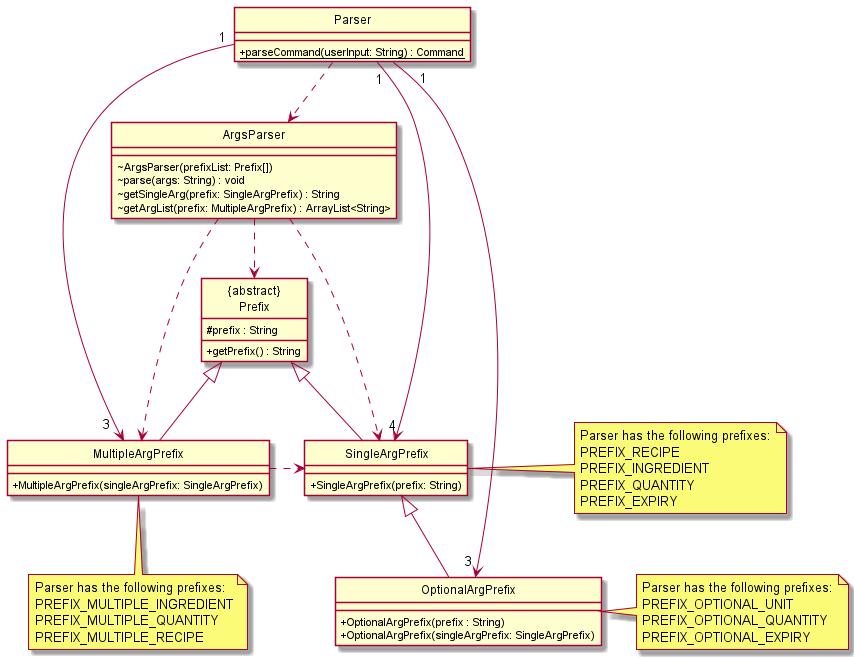
Before: docs/diagrams/ParserClassDiagram.png, a diagram exported from PlantUML (nus-cs2113-AY2122S1/tp). The source it was exported from:
```plantuml
@startuml
!include style.puml

class "{abstract}\nPrefix" as Prefix

class Prefix {
    #prefix : String
    +getPrefix() : String
}
class SingleArgPrefix extends Prefix {
    +SingleArgPrefix(prefix: String)
}
class MultipleArgPrefix extends Prefix {
    +MultipleArgPrefix(singleArgPrefix: SingleArgPrefix)
}
class OptionalArgPrefix extends SingleArgPrefix {
    +OptionalArgPrefix(prefix : String)
    +OptionalArgPrefix(singleArgPrefix: SingleArgPrefix)
}

class ArgsParser {
    ~ArgsParser(prefixList: Prefix[])
    ~parse(args: String) : void
    ~getSingleArg(prefix: SingleArgPrefix) : String
    ~getArgList(prefix: MultipleArgPrefix) : ArrayList<String>
}
class Parser {
    +{static}parseCommand(userInput: String) : Command
}

ArgsParser ..> Prefix
ArgsParser ..> SingleArgPrefix
ArgsParser ..> MultipleArgPrefix
Parser ..> ArgsParser
Parser "1" --> "4" SingleArgPrefix
Parser "1" --> "3  " MultipleArgPrefix
Parser "    1" --> "3 " OptionalArgPrefix
MultipleArgPrefix .> SingleArgPrefix

note bottom of MultipleArgPrefix
Parser has the following prefixes:
PREFIX_MULTIPLE_INGREDIENT
PREFIX_MULTIPLE_QUANTITY
PREFIX_MULTIPLE_RECIPE
end note

note right of SingleArgPrefix
Parser has the following prefixes:
PREFIX_RECIPE
PREFIX_INGREDIENT
PREFIX_QUANTITY
PREFIX_EXPIRY
end note

note right of OptionalArgPrefix
Parser has the following prefixes:
PREFIX_OPTIONAL_UNIT
PREFIX_OPTIONAL_QUANTITY
PREFIX_OPTIONAL_EXPIRY
end note

@enduml
```
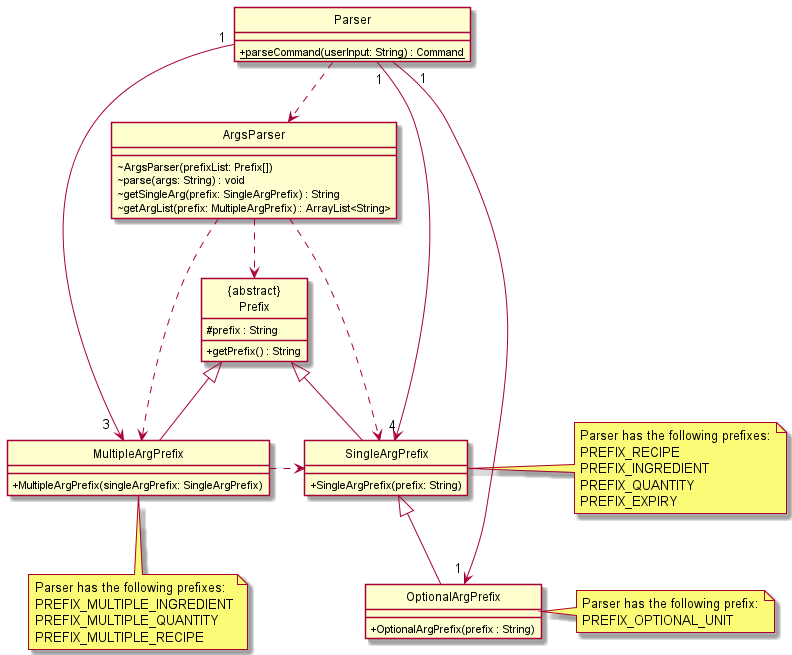
The same diagram one commit later.

Commit message:
Modify class diagram for parser to remove outdated prefixes

What changed in the source:
```diff
@@ -15,7 +15,6 @@
 }
 class OptionalArgPrefix extends SingleArgPrefix {
     +OptionalArgPrefix(prefix : String)
-    +OptionalArgPrefix(singleArgPrefix: SingleArgPrefix)
 }
 
 class ArgsParser {
@@ -34,7 +33,7 @@
 Parser ..> ArgsParser
 Parser "1" --> "4" SingleArgPrefix
 Parser "1" --> "3  " MultipleArgPrefix
-Parser "    1" --> "3 " OptionalArgPrefix
+Parser "    1" --> "1 " OptionalArgPrefix
 MultipleArgPrefix .> SingleArgPrefix
 
 note bottom of MultipleArgPrefix
@@ -53,10 +52,8 @@
 end note
 
 note right of OptionalArgPrefix
-Parser has the following prefixes:
+Parser has the following prefix:
 PREFIX_OPTIONAL_UNIT
-PREFIX_OPTIONAL_QUANTITY
-PREFIX_OPTIONAL_EXPIRY
 end note
 
 @enduml
```
